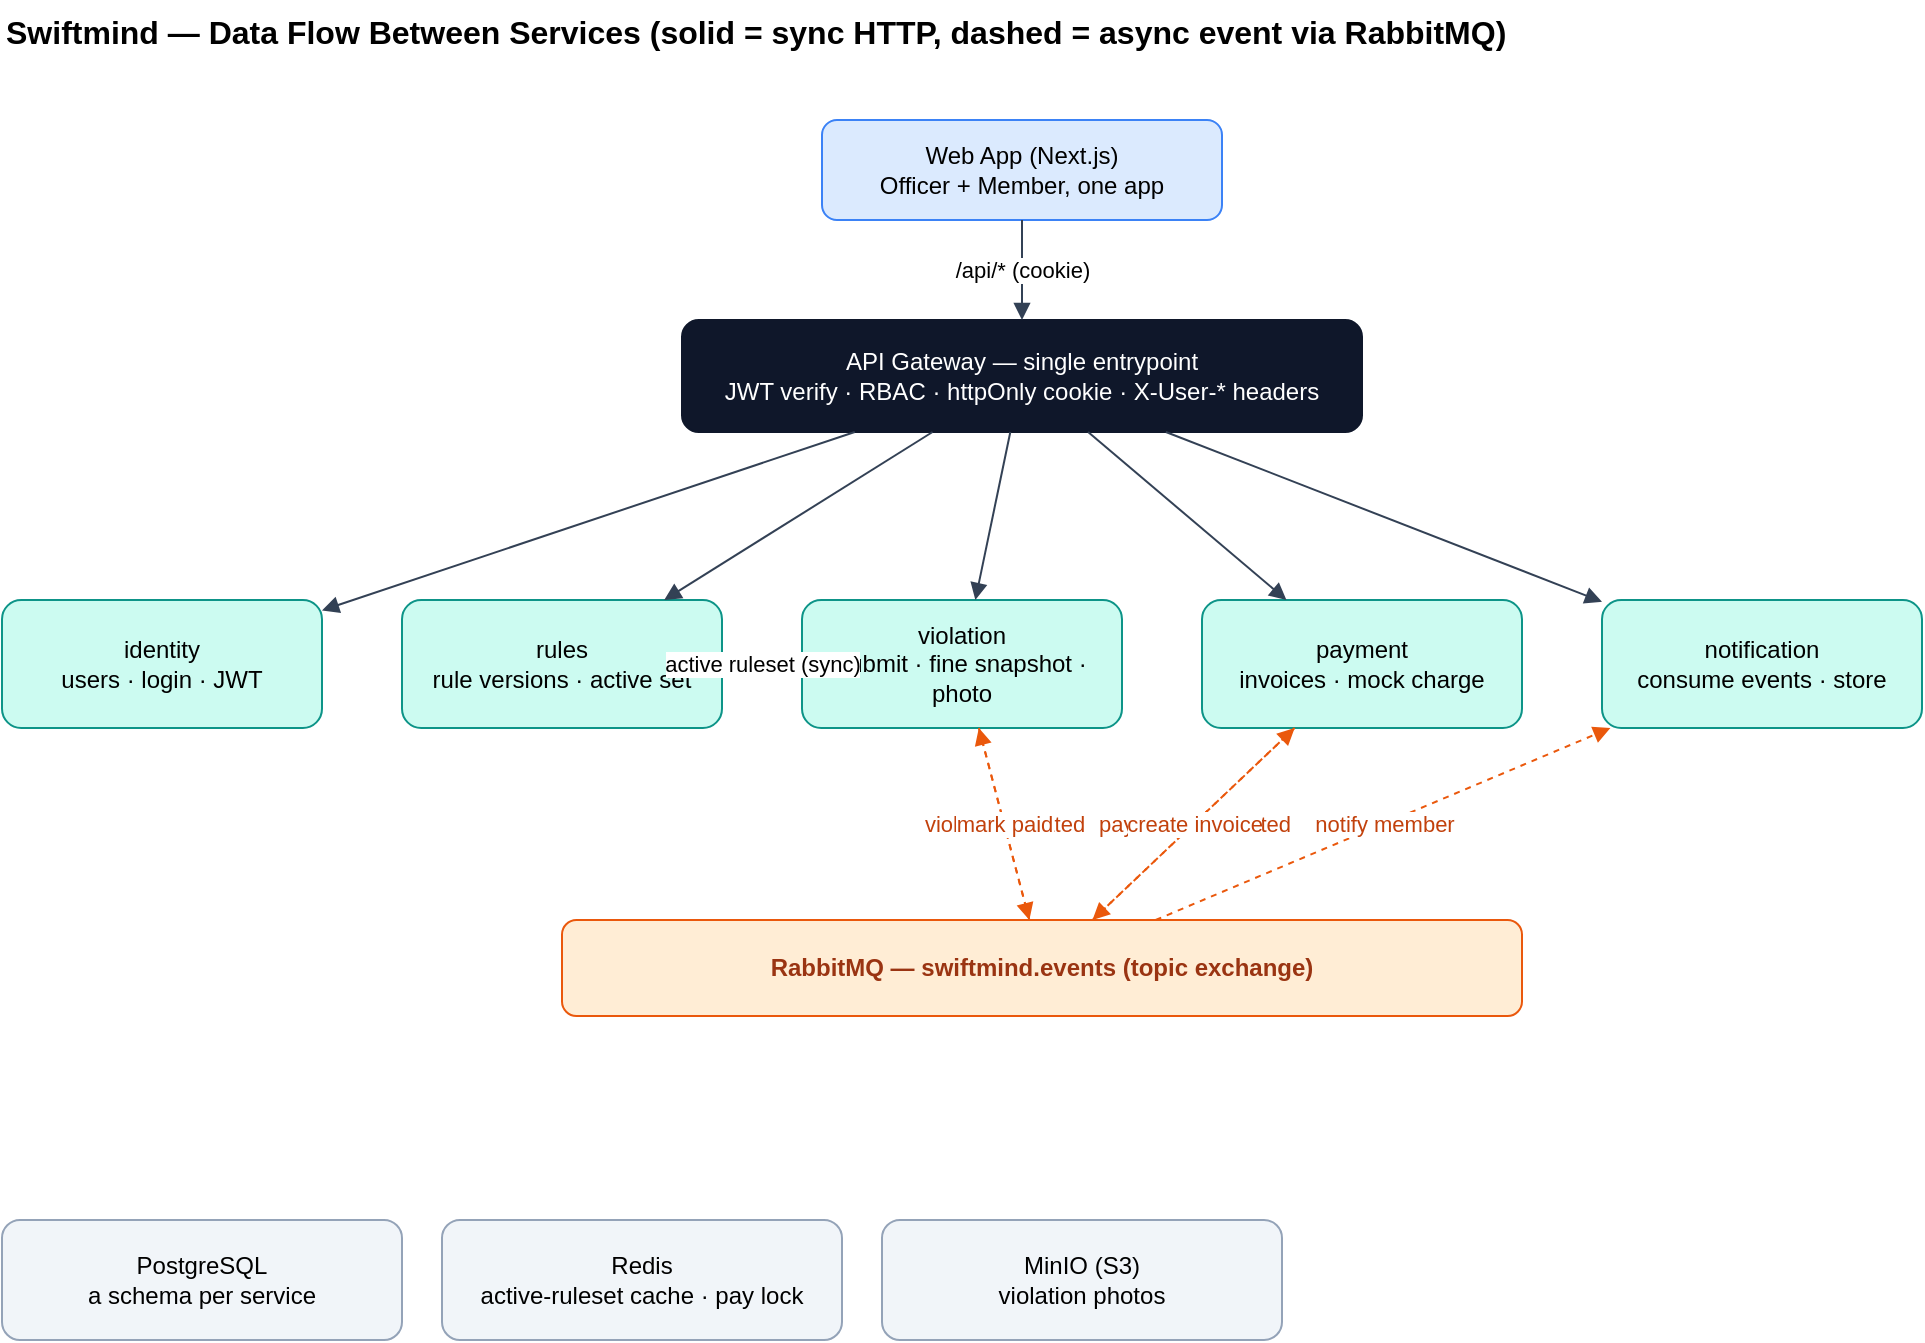
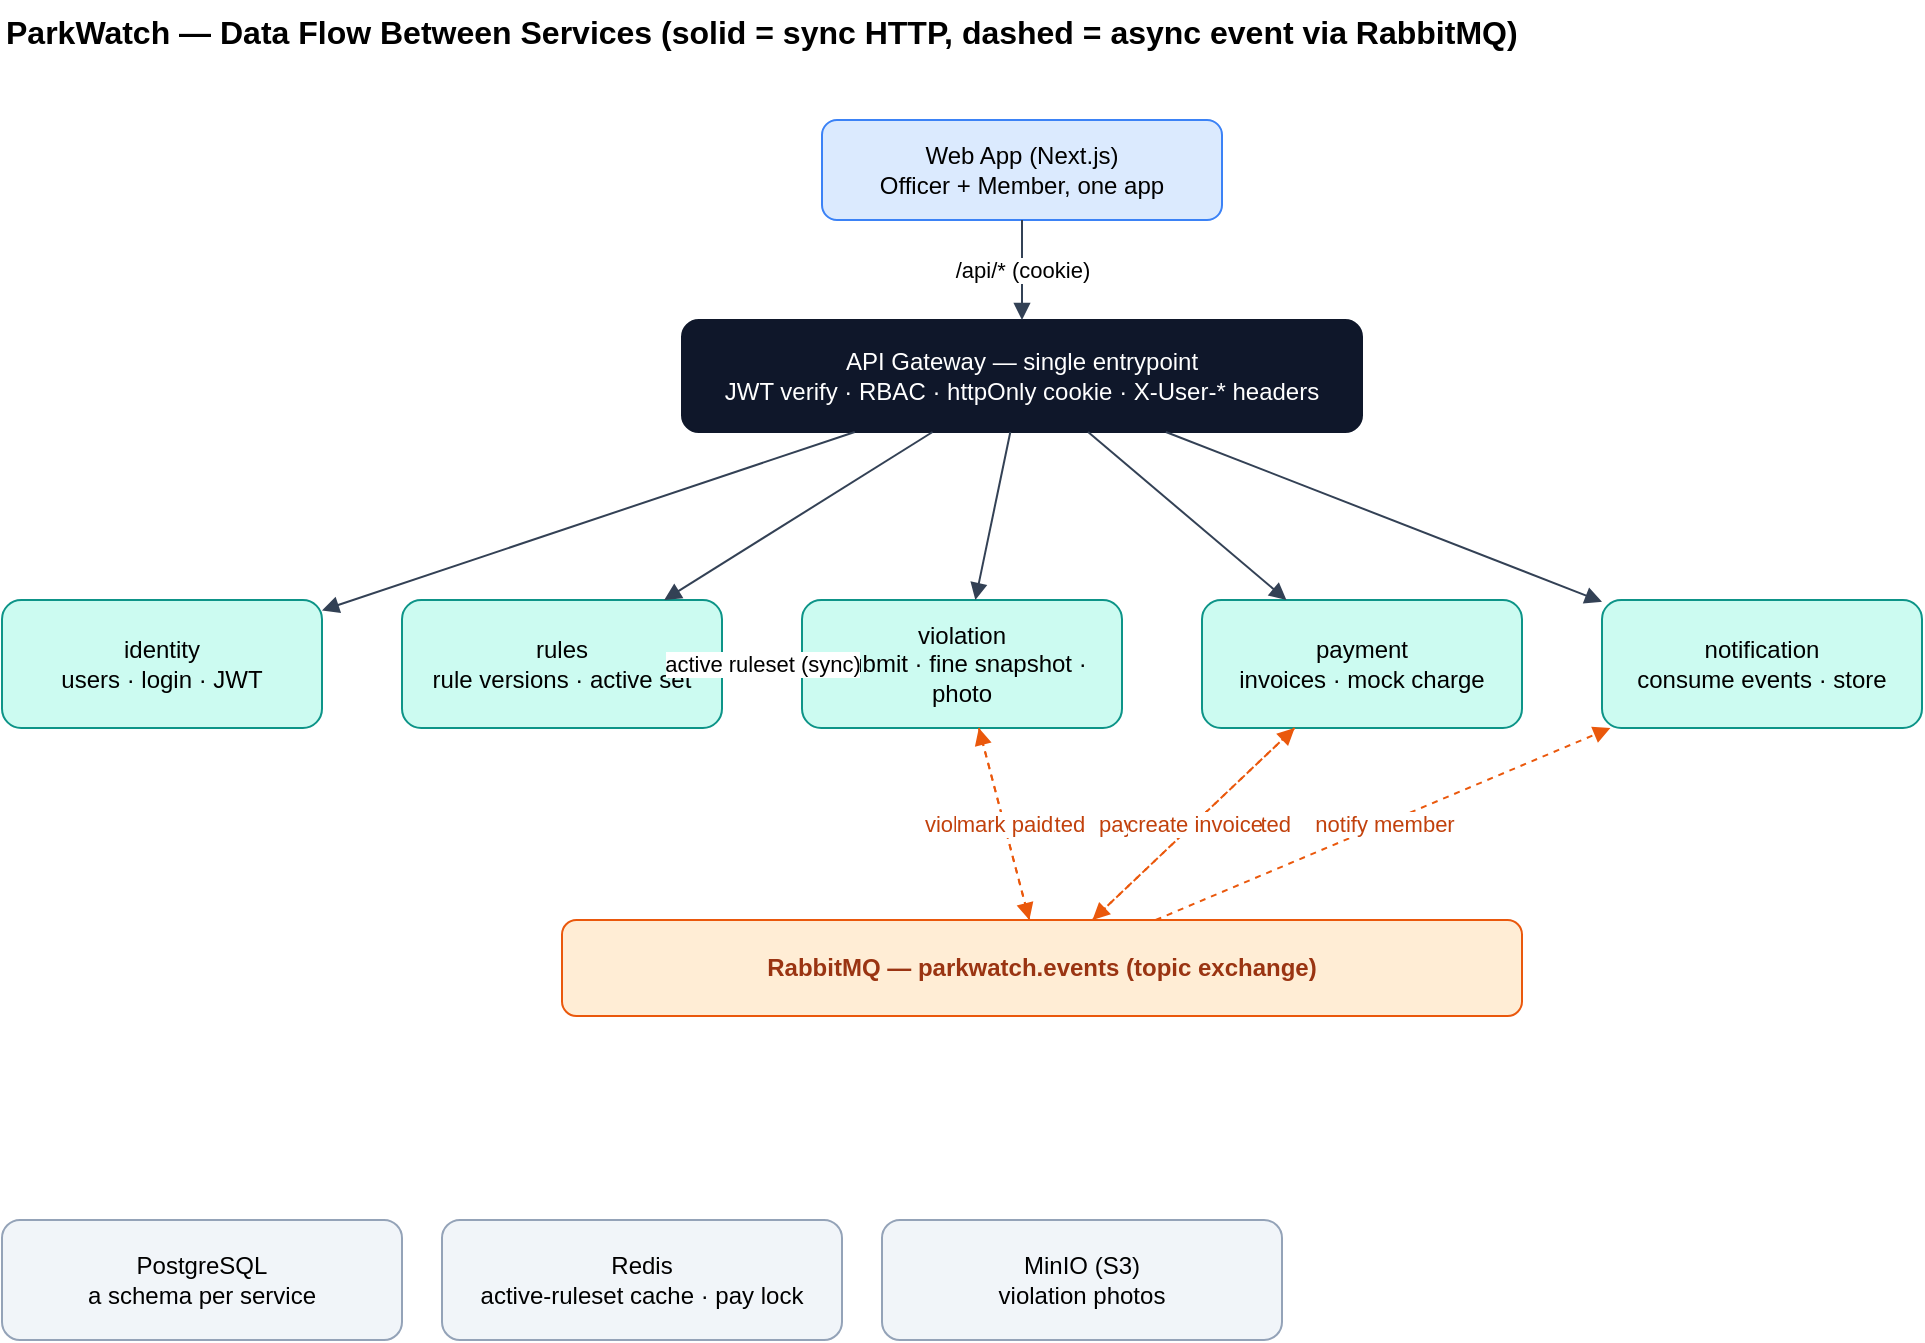
<mxfile host="app.diagrams.net" type="device">
  <diagram name="Data Flow" id="dataflow-1">
    <mxGraphModel dx="1040" dy="720" grid="1" gridSize="10" guides="1" tooltips="1" connect="1" arrows="1" fold="1" page="1" pageScale="1" pageWidth="1100" pageHeight="800" math="0" shadow="0">
      <root>
        <mxCell id="0" />
        <mxCell id="1" parent="0" />

-         <mxCell id="title" value="Swiftmind — Data Flow Between Services (solid = sync HTTP, dashed = async event via RabbitMQ)" style="text;html=1;fontSize=16;fontStyle=1;align=left;" vertex="1" parent="1">
+         <mxCell id="title" value="ParkWatch — Data Flow Between Services (solid = sync HTTP, dashed = async event via RabbitMQ)" style="text;html=1;fontSize=16;fontStyle=1;align=left;" vertex="1" parent="1">
          <mxGeometry x="40" y="20" width="900" height="30" as="geometry" />
        </mxCell>

        <mxCell id="web" value="Web App (Next.js)&#10;Officer + Member, one app" style="rounded=1;whiteSpace=wrap;html=1;fillColor=#dbeafe;strokeColor=#3b82f6;" vertex="1" parent="1">
          <mxGeometry x="450" y="80" width="200" height="50" as="geometry" />
        </mxCell>
        <mxCell id="gw" value="API Gateway — single entrypoint&#10;JWT verify · RBAC · httpOnly cookie · X-User-* headers" style="rounded=1;whiteSpace=wrap;html=1;fillColor=#0f172a;fontColor=#ffffff;strokeColor=#0f172a;" vertex="1" parent="1">
          <mxGeometry x="380" y="180" width="340" height="56" as="geometry" />
        </mxCell>

        <mxCell id="identity" value="identity&#10;users · login · JWT" style="rounded=1;whiteSpace=wrap;html=1;fillColor=#ccfbf1;strokeColor=#0d9488;" vertex="1" parent="1">
          <mxGeometry x="40" y="320" width="160" height="64" as="geometry" />
        </mxCell>
        <mxCell id="rules" value="rules&#10;rule versions · active set" style="rounded=1;whiteSpace=wrap;html=1;fillColor=#ccfbf1;strokeColor=#0d9488;" vertex="1" parent="1">
          <mxGeometry x="240" y="320" width="160" height="64" as="geometry" />
        </mxCell>
        <mxCell id="violation" value="violation&#10;submit · fine snapshot · photo" style="rounded=1;whiteSpace=wrap;html=1;fillColor=#ccfbf1;strokeColor=#0d9488;" vertex="1" parent="1">
          <mxGeometry x="440" y="320" width="160" height="64" as="geometry" />
        </mxCell>
        <mxCell id="payment" value="payment&#10;invoices · mock charge" style="rounded=1;whiteSpace=wrap;html=1;fillColor=#ccfbf1;strokeColor=#0d9488;" vertex="1" parent="1">
          <mxGeometry x="640" y="320" width="160" height="64" as="geometry" />
        </mxCell>
        <mxCell id="notification" value="notification&#10;consume events · store" style="rounded=1;whiteSpace=wrap;html=1;fillColor=#ccfbf1;strokeColor=#0d9488;" vertex="1" parent="1">
          <mxGeometry x="840" y="320" width="160" height="64" as="geometry" />
        </mxCell>

-         <mxCell id="mq" value="RabbitMQ — swiftmind.events (topic exchange)" style="rounded=1;whiteSpace=wrap;html=1;fillColor=#ffedd5;strokeColor=#ea580c;fontColor=#9a3412;fontStyle=1" vertex="1" parent="1">
+         <mxCell id="mq" value="RabbitMQ — parkwatch.events (topic exchange)" style="rounded=1;whiteSpace=wrap;html=1;fillColor=#ffedd5;strokeColor=#ea580c;fontColor=#9a3412;fontStyle=1" vertex="1" parent="1">
          <mxGeometry x="320" y="480" width="480" height="48" as="geometry" />
        </mxCell>

        <mxCell id="pg" value="PostgreSQL&#10;a schema per service" style="rounded=1;whiteSpace=wrap;html=1;fillColor=#f1f5f9;strokeColor=#94a3b8;" vertex="1" parent="1">
          <mxGeometry x="40" y="630" width="200" height="60" as="geometry" />
        </mxCell>
        <mxCell id="redis" value="Redis&#10;active-ruleset cache · pay lock" style="rounded=1;whiteSpace=wrap;html=1;fillColor=#f1f5f9;strokeColor=#94a3b8;" vertex="1" parent="1">
          <mxGeometry x="260" y="630" width="200" height="60" as="geometry" />
        </mxCell>
        <mxCell id="minio" value="MinIO (S3)&#10;violation photos" style="rounded=1;whiteSpace=wrap;html=1;fillColor=#f1f5f9;strokeColor=#94a3b8;" vertex="1" parent="1">
          <mxGeometry x="480" y="630" width="200" height="60" as="geometry" />
        </mxCell>

        <mxCell id="e_web_gw" value="/api/* (cookie)" style="endArrow=block;html=1;strokeColor=#334155;" edge="1" parent="1" source="web" target="gw"><mxGeometry relative="1" as="geometry"/></mxCell>
        <mxCell id="e_gw_id" style="endArrow=block;html=1;strokeColor=#334155;" edge="1" parent="1" source="gw" target="identity"><mxGeometry relative="1" as="geometry"/></mxCell>
        <mxCell id="e_gw_ru" style="endArrow=block;html=1;strokeColor=#334155;" edge="1" parent="1" source="gw" target="rules"><mxGeometry relative="1" as="geometry"/></mxCell>
        <mxCell id="e_gw_vi" style="endArrow=block;html=1;strokeColor=#334155;" edge="1" parent="1" source="gw" target="violation"><mxGeometry relative="1" as="geometry"/></mxCell>
        <mxCell id="e_gw_pa" style="endArrow=block;html=1;strokeColor=#334155;" edge="1" parent="1" source="gw" target="payment"><mxGeometry relative="1" as="geometry"/></mxCell>
        <mxCell id="e_gw_no" style="endArrow=block;html=1;strokeColor=#334155;" edge="1" parent="1" source="gw" target="notification"><mxGeometry relative="1" as="geometry"/></mxCell>
        <mxCell id="e_vi_ru" value="active ruleset (sync)" style="endArrow=block;html=1;strokeColor=#334155;" edge="1" parent="1" source="violation" target="rules"><mxGeometry relative="1" as="geometry"/></mxCell>

        <mxCell id="e_vi_mq" value="violation.created" style="endArrow=block;html=1;dashed=1;strokeColor=#ea580c;fontColor=#c2410c;" edge="1" parent="1" source="violation" target="mq"><mxGeometry relative="1" as="geometry"/></mxCell>
        <mxCell id="e_pa_mq" value="payment.completed" style="endArrow=block;html=1;dashed=1;strokeColor=#ea580c;fontColor=#c2410c;" edge="1" parent="1" source="payment" target="mq"><mxGeometry relative="1" as="geometry"/></mxCell>
        <mxCell id="e_mq_pa" value="create invoice" style="endArrow=block;html=1;dashed=1;strokeColor=#ea580c;fontColor=#c2410c;" edge="1" parent="1" source="mq" target="payment"><mxGeometry relative="1" as="geometry"/></mxCell>
        <mxCell id="e_mq_vi" value="mark paid" style="endArrow=block;html=1;dashed=1;strokeColor=#ea580c;fontColor=#c2410c;" edge="1" parent="1" source="mq" target="violation"><mxGeometry relative="1" as="geometry"/></mxCell>
        <mxCell id="e_mq_no" value="notify member" style="endArrow=block;html=1;dashed=1;strokeColor=#ea580c;fontColor=#c2410c;" edge="1" parent="1" source="mq" target="notification"><mxGeometry relative="1" as="geometry"/></mxCell>
      </root>
    </mxGraphModel>
  </diagram>
</mxfile>
